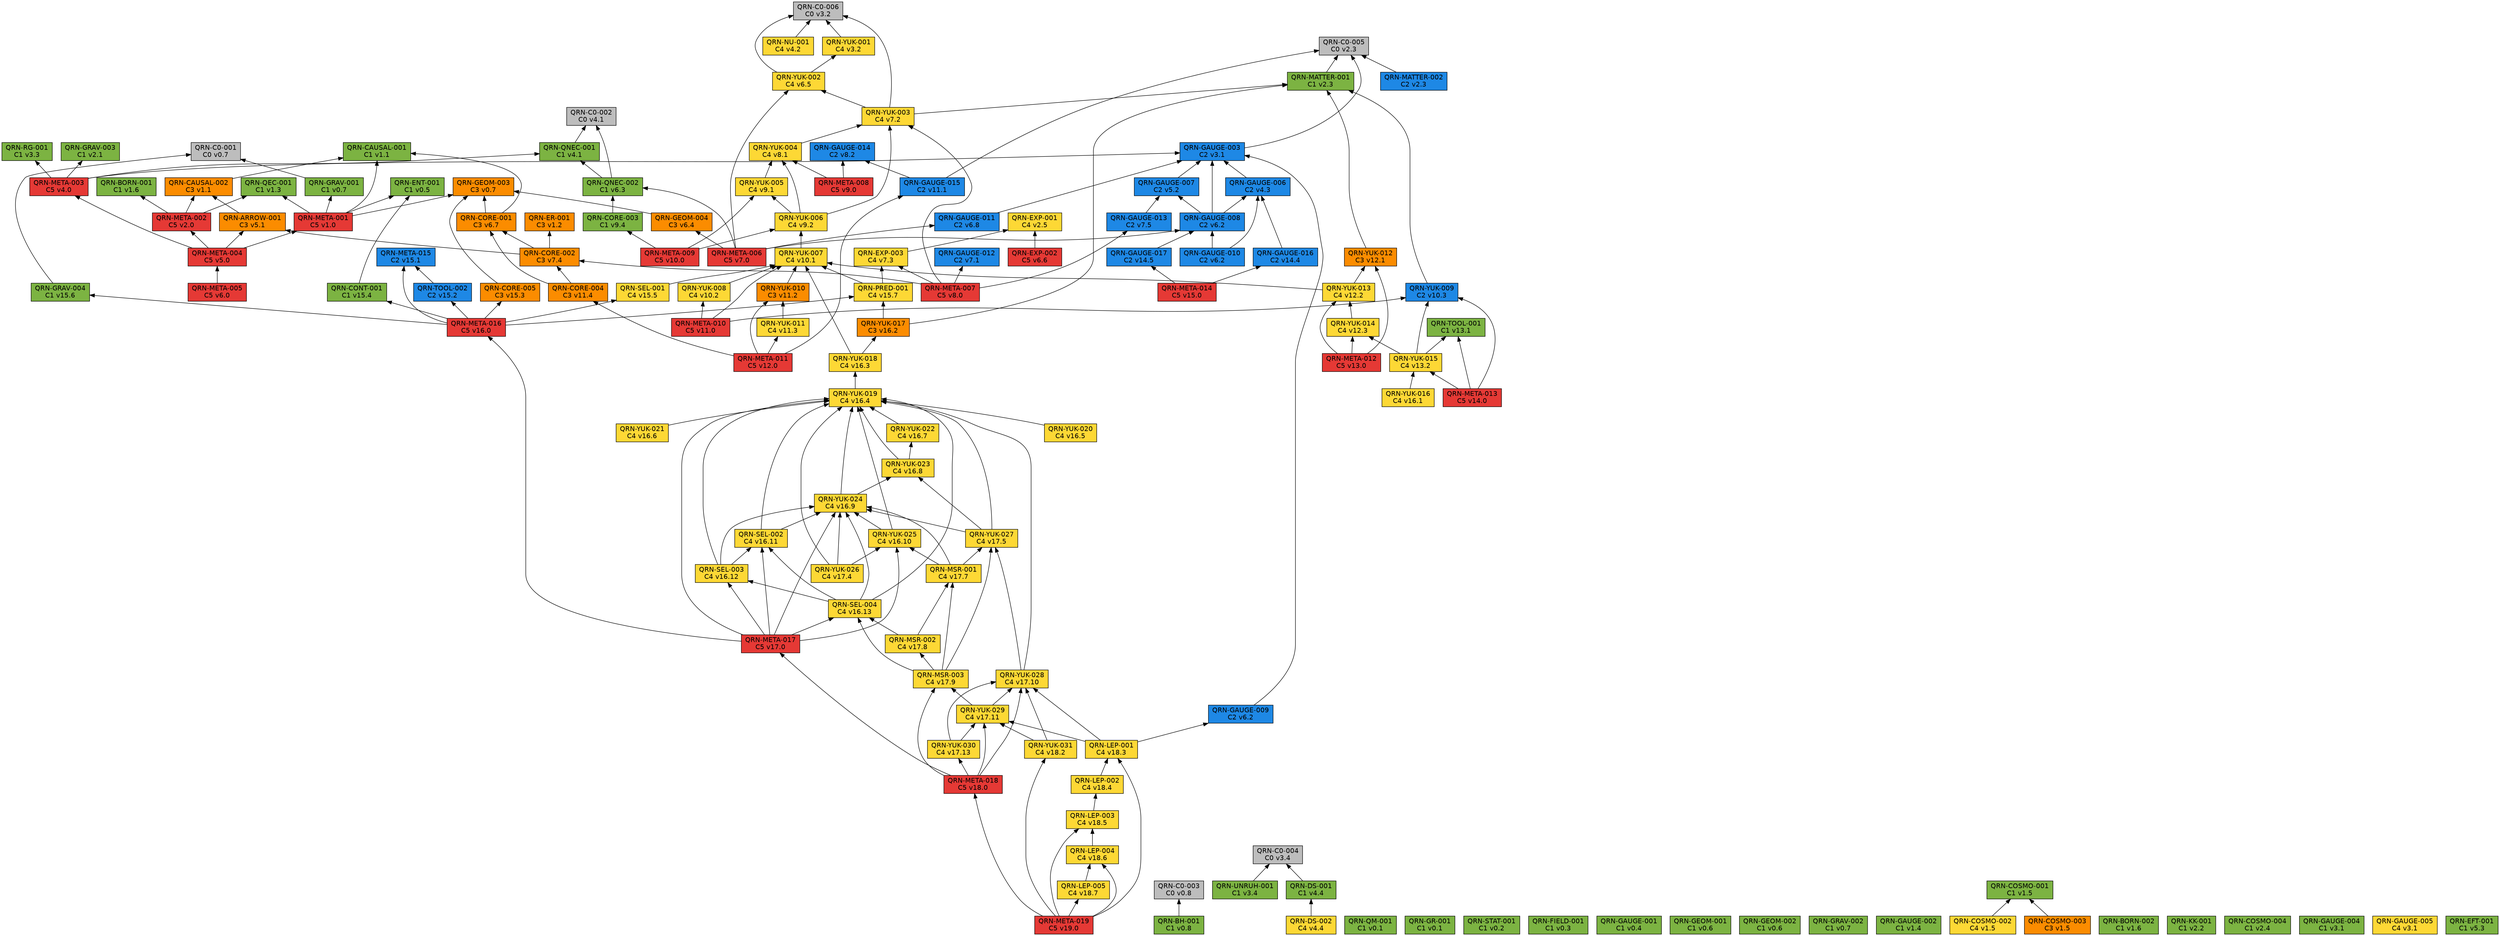
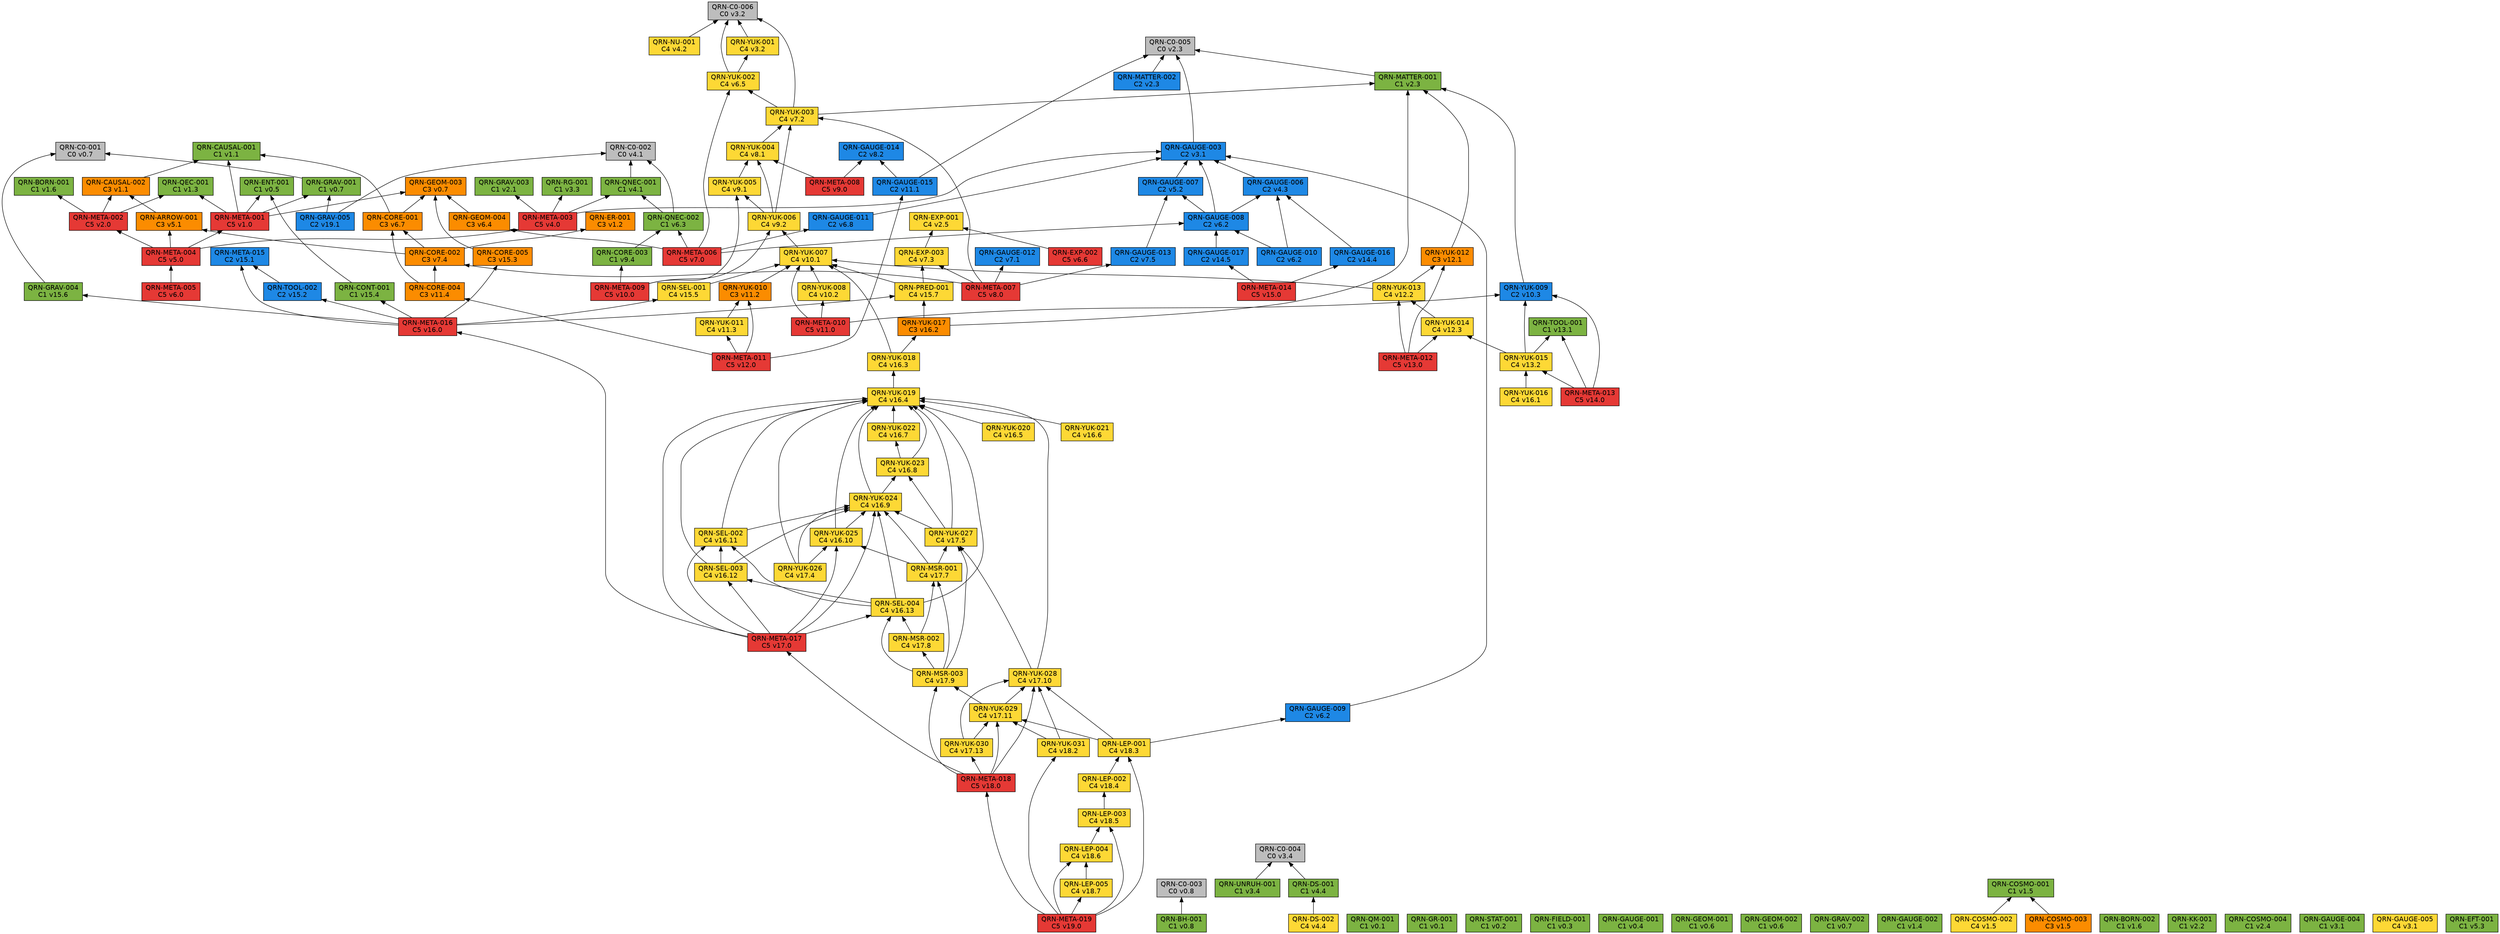
// 自動生成 (dag/report.pl) — QRN 主張依存グラフ
digraph qrn {
  rankdir=BT;
  node [shape=box, style=filled, fontname="Helvetica"];
  "QRN-C0-001" [fillcolor="#bdbdbd", label="QRN-C0-001\nC0 v0.7"];
  "QRN-C0-002" [fillcolor="#bdbdbd", label="QRN-C0-002\nC0 v4.1"];
  "QRN-C0-003" [fillcolor="#bdbdbd", label="QRN-C0-003\nC0 v0.8"];
  "QRN-C0-004" [fillcolor="#bdbdbd", label="QRN-C0-004\nC0 v3.4"];
  "QRN-C0-005" [fillcolor="#bdbdbd", label="QRN-C0-005\nC0 v2.3"];
  "QRN-C0-006" [fillcolor="#bdbdbd", label="QRN-C0-006\nC0 v3.2"];
  "QRN-QM-001" [fillcolor="#7cb342", label="QRN-QM-001\nC1 v0.1"];
  "QRN-GR-001" [fillcolor="#7cb342", label="QRN-GR-001\nC1 v0.1"];
  "QRN-STAT-001" [fillcolor="#7cb342", label="QRN-STAT-001\nC1 v0.2"];
  "QRN-FIELD-001" [fillcolor="#7cb342", label="QRN-FIELD-001\nC1 v0.3"];
  "QRN-GAUGE-001" [fillcolor="#7cb342", label="QRN-GAUGE-001\nC1 v0.4"];
  "QRN-ENT-001" [fillcolor="#7cb342", label="QRN-ENT-001\nC1 v0.5"];
  "QRN-GEOM-001" [fillcolor="#7cb342", label="QRN-GEOM-001\nC1 v0.6"];
  "QRN-GEOM-002" [fillcolor="#7cb342", label="QRN-GEOM-002\nC1 v0.6"];
  "QRN-GEOM-003" [fillcolor="#fb8c00", label="QRN-GEOM-003\nC3 v0.7"];
  "QRN-GRAV-001" [fillcolor="#7cb342", label="QRN-GRAV-001\nC1 v0.7"];
  "QRN-GRAV-002" [fillcolor="#7cb342", label="QRN-GRAV-002\nC1 v0.7"];
  "QRN-BH-001" [fillcolor="#7cb342", label="QRN-BH-001\nC1 v0.8"];
  "QRN-CAUSAL-001" [fillcolor="#7cb342", label="QRN-CAUSAL-001\nC1 v1.1"];
  "QRN-CAUSAL-002" [fillcolor="#fb8c00", label="QRN-CAUSAL-002\nC3 v1.1"];
  "QRN-ER-001" [fillcolor="#fb8c00", label="QRN-ER-001\nC3 v1.2"];
  "QRN-QEC-001" [fillcolor="#7cb342", label="QRN-QEC-001\nC1 v1.3"];
  "QRN-GAUGE-002" [fillcolor="#7cb342", label="QRN-GAUGE-002\nC1 v1.4"];
  "QRN-COSMO-001" [fillcolor="#7cb342", label="QRN-COSMO-001\nC1 v1.5"];
  "QRN-COSMO-002" [fillcolor="#fdd835", label="QRN-COSMO-002\nC4 v1.5"];
  "QRN-COSMO-003" [fillcolor="#fb8c00", label="QRN-COSMO-003\nC3 v1.5"];
  "QRN-BORN-001" [fillcolor="#7cb342", label="QRN-BORN-001\nC1 v1.6"];
  "QRN-BORN-002" [fillcolor="#7cb342", label="QRN-BORN-002\nC1 v1.6"];
  "QRN-GRAV-003" [fillcolor="#7cb342", label="QRN-GRAV-003\nC1 v2.1"];
  "QRN-KK-001" [fillcolor="#7cb342", label="QRN-KK-001\nC1 v2.2"];
  "QRN-MATTER-001" [fillcolor="#7cb342", label="QRN-MATTER-001\nC1 v2.3"];
  "QRN-MATTER-002" [fillcolor="#1e88e5", label="QRN-MATTER-002\nC2 v2.3"];
  "QRN-COSMO-004" [fillcolor="#7cb342", label="QRN-COSMO-004\nC1 v2.4"];
  "QRN-EXP-001" [fillcolor="#fdd835", label="QRN-EXP-001\nC4 v2.5"];
  "QRN-GAUGE-003" [fillcolor="#1e88e5", label="QRN-GAUGE-003\nC2 v3.1"];
  "QRN-GAUGE-004" [fillcolor="#7cb342", label="QRN-GAUGE-004\nC1 v3.1"];
  "QRN-GAUGE-005" [fillcolor="#fdd835", label="QRN-GAUGE-005\nC4 v3.1"];
  "QRN-YUK-001" [fillcolor="#fdd835", label="QRN-YUK-001\nC4 v3.2"];
  "QRN-RG-001" [fillcolor="#7cb342", label="QRN-RG-001\nC1 v3.3"];
  "QRN-UNRUH-001" [fillcolor="#7cb342", label="QRN-UNRUH-001\nC1 v3.4"];
  "QRN-QNEC-001" [fillcolor="#7cb342", label="QRN-QNEC-001\nC1 v4.1"];
  "QRN-NU-001" [fillcolor="#fdd835", label="QRN-NU-001\nC4 v4.2"];
  "QRN-GAUGE-006" [fillcolor="#1e88e5", label="QRN-GAUGE-006\nC2 v4.3"];
  "QRN-DS-001" [fillcolor="#7cb342", label="QRN-DS-001\nC1 v4.4"];
  "QRN-DS-002" [fillcolor="#fdd835", label="QRN-DS-002\nC4 v4.4"];
  "QRN-ARROW-001" [fillcolor="#fb8c00", label="QRN-ARROW-001\nC3 v5.1"];
  "QRN-GAUGE-007" [fillcolor="#1e88e5", label="QRN-GAUGE-007\nC2 v5.2"];
  "QRN-EFT-001" [fillcolor="#7cb342", label="QRN-EFT-001\nC1 v5.3"];
  "QRN-GAUGE-008" [fillcolor="#1e88e5", label="QRN-GAUGE-008\nC2 v6.2"];
  "QRN-GAUGE-009" [fillcolor="#1e88e5", label="QRN-GAUGE-009\nC2 v6.2"];
  "QRN-GAUGE-010" [fillcolor="#1e88e5", label="QRN-GAUGE-010\nC2 v6.2"];
  "QRN-QNEC-002" [fillcolor="#7cb342", label="QRN-QNEC-002\nC1 v6.3"];
  "QRN-GEOM-004" [fillcolor="#fb8c00", label="QRN-GEOM-004\nC3 v6.4"];
  "QRN-YUK-002" [fillcolor="#fdd835", label="QRN-YUK-002\nC4 v6.5"];
  "QRN-EXP-002" [fillcolor="#e53935", label="QRN-EXP-002\nC5 v6.6"];
  "QRN-CORE-001" [fillcolor="#fb8c00", label="QRN-CORE-001\nC3 v6.7"];
  "QRN-GAUGE-011" [fillcolor="#1e88e5", label="QRN-GAUGE-011\nC2 v6.8"];
  "QRN-GAUGE-012" [fillcolor="#1e88e5", label="QRN-GAUGE-012\nC2 v7.1"];
  "QRN-YUK-003" [fillcolor="#fdd835", label="QRN-YUK-003\nC4 v7.2"];
  "QRN-EXP-003" [fillcolor="#fdd835", label="QRN-EXP-003\nC4 v7.3"];
  "QRN-CORE-002" [fillcolor="#fb8c00", label="QRN-CORE-002\nC3 v7.4"];
  "QRN-GAUGE-013" [fillcolor="#1e88e5", label="QRN-GAUGE-013\nC2 v7.5"];
  "QRN-YUK-004" [fillcolor="#fdd835", label="QRN-YUK-004\nC4 v8.1"];
  "QRN-GAUGE-014" [fillcolor="#1e88e5", label="QRN-GAUGE-014\nC2 v8.2"];
  "QRN-META-001" [fillcolor="#e53935", label="QRN-META-001\nC5 v1.0"];
  "QRN-META-002" [fillcolor="#e53935", label="QRN-META-002\nC5 v2.0"];
  "QRN-META-003" [fillcolor="#e53935", label="QRN-META-003\nC5 v4.0"];
  "QRN-META-004" [fillcolor="#e53935", label="QRN-META-004\nC5 v5.0"];
  "QRN-META-005" [fillcolor="#e53935", label="QRN-META-005\nC5 v6.0"];
  "QRN-META-006" [fillcolor="#e53935", label="QRN-META-006\nC5 v7.0"];
  "QRN-META-007" [fillcolor="#e53935", label="QRN-META-007\nC5 v8.0"];
  "QRN-META-008" [fillcolor="#e53935", label="QRN-META-008\nC5 v9.0"];
  "QRN-YUK-005" [fillcolor="#fdd835", label="QRN-YUK-005\nC4 v9.1"];
  "QRN-YUK-006" [fillcolor="#fdd835", label="QRN-YUK-006\nC4 v9.2"];
  "QRN-CORE-003" [fillcolor="#7cb342", label="QRN-CORE-003\nC1 v9.4"];
  "QRN-META-009" [fillcolor="#e53935", label="QRN-META-009\nC5 v10.0"];
  "QRN-YUK-007" [fillcolor="#fdd835", label="QRN-YUK-007\nC4 v10.1"];
  "QRN-YUK-008" [fillcolor="#fdd835", label="QRN-YUK-008\nC4 v10.2"];
  "QRN-YUK-009" [fillcolor="#1e88e5", label="QRN-YUK-009\nC2 v10.3"];
  "QRN-META-010" [fillcolor="#e53935", label="QRN-META-010\nC5 v11.0"];
  "QRN-GAUGE-015" [fillcolor="#1e88e5", label="QRN-GAUGE-015\nC2 v11.1"];
  "QRN-YUK-010" [fillcolor="#fb8c00", label="QRN-YUK-010\nC3 v11.2"];
  "QRN-YUK-011" [fillcolor="#fdd835", label="QRN-YUK-011\nC4 v11.3"];
  "QRN-CORE-004" [fillcolor="#fb8c00", label="QRN-CORE-004\nC3 v11.4"];
  "QRN-META-011" [fillcolor="#e53935", label="QRN-META-011\nC5 v12.0"];
  "QRN-YUK-012" [fillcolor="#fb8c00", label="QRN-YUK-012\nC3 v12.1"];
  "QRN-YUK-013" [fillcolor="#fdd835", label="QRN-YUK-013\nC4 v12.2"];
  "QRN-YUK-014" [fillcolor="#fdd835", label="QRN-YUK-014\nC4 v12.3"];
  "QRN-META-012" [fillcolor="#e53935", label="QRN-META-012\nC5 v13.0"];
  "QRN-TOOL-001" [fillcolor="#7cb342", label="QRN-TOOL-001\nC1 v13.1"];
  "QRN-YUK-015" [fillcolor="#fdd835", label="QRN-YUK-015\nC4 v13.2"];
  "QRN-META-013" [fillcolor="#e53935", label="QRN-META-013\nC5 v14.0"];
  "QRN-GAUGE-016" [fillcolor="#1e88e5", label="QRN-GAUGE-016\nC2 v14.4"];
  "QRN-GAUGE-017" [fillcolor="#1e88e5", label="QRN-GAUGE-017\nC2 v14.5"];
  "QRN-META-014" [fillcolor="#e53935", label="QRN-META-014\nC5 v15.0"];
  "QRN-META-015" [fillcolor="#1e88e5", label="QRN-META-015\nC2 v15.1"];
  "QRN-TOOL-002" [fillcolor="#1e88e5", label="QRN-TOOL-002\nC2 v15.2"];
  "QRN-CORE-005" [fillcolor="#fb8c00", label="QRN-CORE-005\nC3 v15.3"];
  "QRN-CONT-001" [fillcolor="#7cb342", label="QRN-CONT-001\nC1 v15.4"];
  "QRN-SEL-001" [fillcolor="#fdd835", label="QRN-SEL-001\nC4 v15.5"];
  "QRN-GRAV-004" [fillcolor="#7cb342", label="QRN-GRAV-004\nC1 v15.6"];
  "QRN-PRED-001" [fillcolor="#fdd835", label="QRN-PRED-001\nC4 v15.7"];
  "QRN-META-016" [fillcolor="#e53935", label="QRN-META-016\nC5 v16.0"];
  "QRN-YUK-016" [fillcolor="#fdd835", label="QRN-YUK-016\nC4 v16.1"];
  "QRN-YUK-017" [fillcolor="#fb8c00", label="QRN-YUK-017\nC3 v16.2"];
  "QRN-YUK-018" [fillcolor="#fdd835", label="QRN-YUK-018\nC4 v16.3"];
  "QRN-YUK-019" [fillcolor="#fdd835", label="QRN-YUK-019\nC4 v16.4"];
  "QRN-YUK-020" [fillcolor="#fdd835", label="QRN-YUK-020\nC4 v16.5"];
  "QRN-YUK-021" [fillcolor="#fdd835", label="QRN-YUK-021\nC4 v16.6"];
  "QRN-YUK-022" [fillcolor="#fdd835", label="QRN-YUK-022\nC4 v16.7"];
  "QRN-YUK-023" [fillcolor="#fdd835", label="QRN-YUK-023\nC4 v16.8"];
  "QRN-YUK-024" [fillcolor="#fdd835", label="QRN-YUK-024\nC4 v16.9"];
  "QRN-YUK-025" [fillcolor="#fdd835", label="QRN-YUK-025\nC4 v16.10"];
  "QRN-SEL-002" [fillcolor="#fdd835", label="QRN-SEL-002\nC4 v16.11"];
  "QRN-SEL-003" [fillcolor="#fdd835", label="QRN-SEL-003\nC4 v16.12"];
  "QRN-SEL-004" [fillcolor="#fdd835", label="QRN-SEL-004\nC4 v16.13"];
  "QRN-META-017" [fillcolor="#e53935", label="QRN-META-017\nC5 v17.0"];
  "QRN-YUK-026" [fillcolor="#fdd835", label="QRN-YUK-026\nC4 v17.4"];
  "QRN-YUK-027" [fillcolor="#fdd835", label="QRN-YUK-027\nC4 v17.5"];
  "QRN-MSR-001" [fillcolor="#fdd835", label="QRN-MSR-001\nC4 v17.7"];
  "QRN-MSR-002" [fillcolor="#fdd835", label="QRN-MSR-002\nC4 v17.8"];
  "QRN-MSR-003" [fillcolor="#fdd835", label="QRN-MSR-003\nC4 v17.9"];
  "QRN-YUK-028" [fillcolor="#fdd835", label="QRN-YUK-028\nC4 v17.10"];
  "QRN-YUK-029" [fillcolor="#fdd835", label="QRN-YUK-029\nC4 v17.11"];
  "QRN-YUK-030" [fillcolor="#fdd835", label="QRN-YUK-030\nC4 v17.13"];
  "QRN-META-018" [fillcolor="#e53935", label="QRN-META-018\nC5 v18.0"];
  "QRN-YUK-031" [fillcolor="#fdd835", label="QRN-YUK-031\nC4 v18.2"];
  "QRN-LEP-001" [fillcolor="#fdd835", label="QRN-LEP-001\nC4 v18.3"];
  "QRN-LEP-002" [fillcolor="#fdd835", label="QRN-LEP-002\nC4 v18.4"];
  "QRN-LEP-003" [fillcolor="#fdd835", label="QRN-LEP-003\nC4 v18.5"];
  "QRN-LEP-004" [fillcolor="#fdd835", label="QRN-LEP-004\nC4 v18.6"];
  "QRN-LEP-005" [fillcolor="#fdd835", label="QRN-LEP-005\nC4 v18.7"];
  "QRN-META-019" [fillcolor="#e53935", label="QRN-META-019\nC5 v19.0"];
+   "QRN-GRAV-005" [fillcolor="#1e88e5", label="QRN-GRAV-005\nC2 v19.1"];
  "QRN-GRAV-001" -> "QRN-C0-001";
  "QRN-BH-001" -> "QRN-C0-003";
  "QRN-CAUSAL-002" -> "QRN-CAUSAL-001";
  "QRN-COSMO-002" -> "QRN-COSMO-001";
  "QRN-COSMO-003" -> "QRN-COSMO-001";
  "QRN-MATTER-001" -> "QRN-C0-005";
  "QRN-MATTER-002" -> "QRN-C0-005";
  "QRN-GAUGE-003" -> "QRN-C0-005";
  "QRN-YUK-001" -> "QRN-C0-006";
  "QRN-UNRUH-001" -> "QRN-C0-004";
  "QRN-QNEC-001" -> "QRN-C0-002";
  "QRN-NU-001" -> "QRN-C0-006";
  "QRN-GAUGE-006" -> "QRN-GAUGE-003";
  "QRN-DS-001" -> "QRN-C0-004";
  "QRN-DS-002" -> "QRN-DS-001";
  "QRN-ARROW-001" -> "QRN-CAUSAL-002";
  "QRN-GAUGE-007" -> "QRN-GAUGE-003";
  "QRN-GAUGE-008" -> "QRN-GAUGE-003";
  "QRN-GAUGE-008" -> "QRN-GAUGE-006";
  "QRN-GAUGE-008" -> "QRN-GAUGE-007";
  "QRN-GAUGE-009" -> "QRN-GAUGE-003";
  "QRN-GAUGE-010" -> "QRN-GAUGE-006";
  "QRN-GAUGE-010" -> "QRN-GAUGE-008";
  "QRN-QNEC-002" -> "QRN-C0-002";
  "QRN-QNEC-002" -> "QRN-QNEC-001";
  "QRN-GEOM-004" -> "QRN-GEOM-003";
  "QRN-YUK-002" -> "QRN-C0-006";
  "QRN-YUK-002" -> "QRN-YUK-001";
  "QRN-EXP-002" -> "QRN-EXP-001";
  "QRN-CORE-001" -> "QRN-GEOM-003";
  "QRN-CORE-001" -> "QRN-CAUSAL-001";
  "QRN-GAUGE-011" -> "QRN-GAUGE-003";
  "QRN-YUK-003" -> "QRN-C0-006";
  "QRN-YUK-003" -> "QRN-MATTER-001";
  "QRN-YUK-003" -> "QRN-YUK-002";
  "QRN-EXP-003" -> "QRN-EXP-001";
  "QRN-CORE-002" -> "QRN-CORE-001";
  "QRN-CORE-002" -> "QRN-ER-001";
  "QRN-CORE-002" -> "QRN-ARROW-001";
  "QRN-GAUGE-013" -> "QRN-GAUGE-007";
  "QRN-YUK-004" -> "QRN-YUK-003";
  "QRN-META-001" -> "QRN-GEOM-003";
  "QRN-META-001" -> "QRN-GRAV-001";
  "QRN-META-001" -> "QRN-CAUSAL-001";
  "QRN-META-001" -> "QRN-QEC-001";
  "QRN-META-001" -> "QRN-ENT-001";
  "QRN-META-002" -> "QRN-QEC-001";
  "QRN-META-002" -> "QRN-BORN-001";
  "QRN-META-002" -> "QRN-CAUSAL-002";
  "QRN-META-003" -> "QRN-GAUGE-003";
  "QRN-META-003" -> "QRN-RG-001";
  "QRN-META-003" -> "QRN-QNEC-001";
  "QRN-META-003" -> "QRN-GRAV-003";
  "QRN-META-004" -> "QRN-META-001";
  "QRN-META-004" -> "QRN-META-002";
  "QRN-META-004" -> "QRN-META-003";
  "QRN-META-004" -> "QRN-ARROW-001";
  "QRN-META-005" -> "QRN-META-004";
  "QRN-META-006" -> "QRN-GAUGE-008";
  "QRN-META-006" -> "QRN-QNEC-002";
  "QRN-META-006" -> "QRN-GEOM-004";
  "QRN-META-006" -> "QRN-YUK-002";
  "QRN-META-006" -> "QRN-GAUGE-011";
  "QRN-META-007" -> "QRN-GAUGE-012";
  "QRN-META-007" -> "QRN-YUK-003";
  "QRN-META-007" -> "QRN-EXP-003";
  "QRN-META-007" -> "QRN-CORE-002";
  "QRN-META-007" -> "QRN-GAUGE-013";
  "QRN-META-008" -> "QRN-YUK-004";
  "QRN-META-008" -> "QRN-GAUGE-014";
  "QRN-YUK-005" -> "QRN-YUK-004";
  "QRN-YUK-006" -> "QRN-YUK-003";
  "QRN-YUK-006" -> "QRN-YUK-004";
  "QRN-YUK-006" -> "QRN-YUK-005";
  "QRN-CORE-003" -> "QRN-QNEC-002";
  "QRN-META-009" -> "QRN-YUK-005";
  "QRN-META-009" -> "QRN-YUK-006";
  "QRN-META-009" -> "QRN-CORE-003";
  "QRN-YUK-007" -> "QRN-YUK-006";
  "QRN-YUK-008" -> "QRN-YUK-007";
  "QRN-YUK-009" -> "QRN-MATTER-001";
  "QRN-META-010" -> "QRN-YUK-007";
  "QRN-META-010" -> "QRN-YUK-008";
  "QRN-META-010" -> "QRN-YUK-009";
  "QRN-GAUGE-015" -> "QRN-C0-005";
  "QRN-GAUGE-015" -> "QRN-GAUGE-014";
  "QRN-YUK-010" -> "QRN-YUK-007";
  "QRN-YUK-011" -> "QRN-YUK-010";
  "QRN-CORE-004" -> "QRN-CORE-001";
  "QRN-CORE-004" -> "QRN-CORE-002";
  "QRN-META-011" -> "QRN-GAUGE-015";
  "QRN-META-011" -> "QRN-YUK-010";
  "QRN-META-011" -> "QRN-YUK-011";
  "QRN-META-011" -> "QRN-CORE-004";
  "QRN-YUK-012" -> "QRN-MATTER-001";
  "QRN-YUK-013" -> "QRN-YUK-012";
  "QRN-YUK-013" -> "QRN-YUK-007";
  "QRN-YUK-014" -> "QRN-YUK-013";
  "QRN-META-012" -> "QRN-YUK-012";
  "QRN-META-012" -> "QRN-YUK-013";
  "QRN-META-012" -> "QRN-YUK-014";
  "QRN-YUK-015" -> "QRN-YUK-014";
  "QRN-YUK-015" -> "QRN-TOOL-001";
  "QRN-YUK-015" -> "QRN-YUK-009";
  "QRN-META-013" -> "QRN-YUK-015";
  "QRN-META-013" -> "QRN-TOOL-001";
  "QRN-META-013" -> "QRN-YUK-009";
  "QRN-GAUGE-016" -> "QRN-GAUGE-006";
  "QRN-GAUGE-017" -> "QRN-GAUGE-008";
  "QRN-META-014" -> "QRN-GAUGE-016";
  "QRN-META-014" -> "QRN-GAUGE-017";
  "QRN-TOOL-002" -> "QRN-META-015";
  "QRN-CORE-005" -> "QRN-GEOM-003";
  "QRN-CONT-001" -> "QRN-ENT-001";
  "QRN-SEL-001" -> "QRN-YUK-007";
  "QRN-GRAV-004" -> "QRN-C0-001";
  "QRN-PRED-001" -> "QRN-YUK-007";
  "QRN-PRED-001" -> "QRN-EXP-003";
  "QRN-META-016" -> "QRN-META-015";
  "QRN-META-016" -> "QRN-TOOL-002";
  "QRN-META-016" -> "QRN-CORE-005";
  "QRN-META-016" -> "QRN-CONT-001";
  "QRN-META-016" -> "QRN-SEL-001";
  "QRN-META-016" -> "QRN-GRAV-004";
  "QRN-META-016" -> "QRN-PRED-001";
  "QRN-YUK-016" -> "QRN-YUK-015";
  "QRN-YUK-017" -> "QRN-MATTER-001";
  "QRN-YUK-017" -> "QRN-PRED-001";
  "QRN-YUK-018" -> "QRN-YUK-017";
  "QRN-YUK-018" -> "QRN-YUK-007";
  "QRN-YUK-019" -> "QRN-YUK-018";
  "QRN-YUK-020" -> "QRN-YUK-019";
  "QRN-YUK-021" -> "QRN-YUK-019";
  "QRN-YUK-022" -> "QRN-YUK-019";
  "QRN-YUK-023" -> "QRN-YUK-019";
  "QRN-YUK-023" -> "QRN-YUK-022";
  "QRN-YUK-024" -> "QRN-YUK-019";
  "QRN-YUK-024" -> "QRN-YUK-023";
  "QRN-YUK-025" -> "QRN-YUK-019";
  "QRN-YUK-025" -> "QRN-YUK-024";
  "QRN-SEL-002" -> "QRN-YUK-019";
  "QRN-SEL-002" -> "QRN-YUK-024";
  "QRN-SEL-003" -> "QRN-YUK-019";
  "QRN-SEL-003" -> "QRN-YUK-024";
  "QRN-SEL-003" -> "QRN-SEL-002";
  "QRN-SEL-004" -> "QRN-YUK-019";
  "QRN-SEL-004" -> "QRN-YUK-024";
  "QRN-SEL-004" -> "QRN-SEL-002";
  "QRN-SEL-004" -> "QRN-SEL-003";
  "QRN-META-017" -> "QRN-META-016";
  "QRN-META-017" -> "QRN-YUK-019";
  "QRN-META-017" -> "QRN-YUK-024";
  "QRN-META-017" -> "QRN-YUK-025";
  "QRN-META-017" -> "QRN-SEL-002";
  "QRN-META-017" -> "QRN-SEL-003";
  "QRN-META-017" -> "QRN-SEL-004";
  "QRN-YUK-026" -> "QRN-YUK-019";
  "QRN-YUK-026" -> "QRN-YUK-024";
  "QRN-YUK-026" -> "QRN-YUK-025";
  "QRN-YUK-027" -> "QRN-YUK-019";
  "QRN-YUK-027" -> "QRN-YUK-023";
  "QRN-YUK-027" -> "QRN-YUK-024";
  "QRN-MSR-001" -> "QRN-YUK-024";
  "QRN-MSR-001" -> "QRN-YUK-025";
  "QRN-MSR-001" -> "QRN-YUK-027";
  "QRN-MSR-002" -> "QRN-SEL-004";
  "QRN-MSR-002" -> "QRN-MSR-001";
  "QRN-MSR-003" -> "QRN-MSR-001";
  "QRN-MSR-003" -> "QRN-MSR-002";
  "QRN-MSR-003" -> "QRN-SEL-004";
  "QRN-MSR-003" -> "QRN-YUK-027";
  "QRN-YUK-028" -> "QRN-YUK-019";
  "QRN-YUK-028" -> "QRN-YUK-027";
  "QRN-YUK-029" -> "QRN-YUK-028";
  "QRN-YUK-029" -> "QRN-MSR-003";
  "QRN-YUK-030" -> "QRN-YUK-028";
  "QRN-YUK-030" -> "QRN-YUK-029";
  "QRN-META-018" -> "QRN-META-017";
  "QRN-META-018" -> "QRN-MSR-003";
  "QRN-META-018" -> "QRN-YUK-028";
  "QRN-META-018" -> "QRN-YUK-029";
  "QRN-META-018" -> "QRN-YUK-030";
  "QRN-YUK-031" -> "QRN-YUK-028";
  "QRN-YUK-031" -> "QRN-YUK-029";
  "QRN-LEP-001" -> "QRN-YUK-028";
  "QRN-LEP-001" -> "QRN-YUK-029";
  "QRN-LEP-001" -> "QRN-GAUGE-009";
  "QRN-LEP-002" -> "QRN-LEP-001";
  "QRN-LEP-003" -> "QRN-LEP-002";
  "QRN-LEP-004" -> "QRN-LEP-003";
  "QRN-LEP-005" -> "QRN-LEP-004";
  "QRN-META-019" -> "QRN-META-018";
  "QRN-META-019" -> "QRN-YUK-031";
  "QRN-META-019" -> "QRN-LEP-001";
  "QRN-META-019" -> "QRN-LEP-003";
  "QRN-META-019" -> "QRN-LEP-004";
  "QRN-META-019" -> "QRN-LEP-005";
+   "QRN-GRAV-005" -> "QRN-C0-002";
+   "QRN-GRAV-005" -> "QRN-GRAV-001";
}
